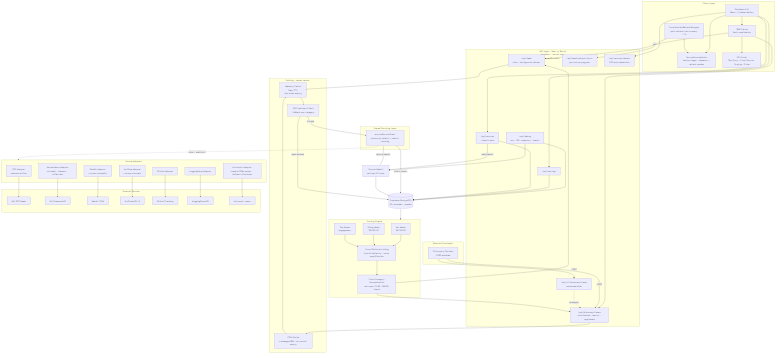
This is docs/architecture.png from yairbederman/AI-Trends-Dashboard, a Mermaid export, as it was before one commit. Its source is kept beside it as docs/architecture.mmd.
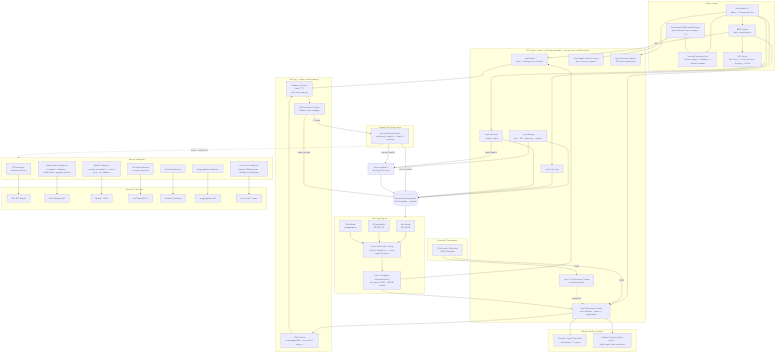
The same diagram one commit later.

Commit message:
Enhance discovery API: expose fields, content classification, domain quality, HN summaries, Reddit reliability

Change to the diagram source:
```diff
@@ -34,12 +34,17 @@
 
     subgraph Adapters["Source Adapters"]
         RSS[RSS Adapter<br/>relevance filter]
-        HN[HackerNews Adapter<br/>chunked · timeout · allSettled]
-        Reddit[Reddit Adapter<br/>custom subreddits]
+        HN[HackerNews Adapter<br/>chunked · timeout · allSettled · og:description]
+        Reddit[Reddit Adapter<br/>custom subreddits · batch-of-4 · 4s timeout]
         YT[YouTube Adapter<br/>custom channels]
         GH[GitHub Adapter]
         HF[HuggingFace Adapter]
         Anth[Anthropic Adapter<br/>cheerio DOM parser · fallback title/date]
+    end
+
+    subgraph Classification["Response Enrichment"]
+        ContentType[Content Type Classifier<br/>rule-based · 7 types]
+        DomainQuality[Domain Quality Map<br/>static · high/med/low/unknown]
     end
 
     subgraph Scoring["Scoring Engine"]
@@ -111,3 +116,5 @@
     CrossPlatform --> Normalize
     Normalize --> Feed
     Normalize --> Discovery
+    Discovery --> ContentType
+    Discovery --> DomainQuality
```
